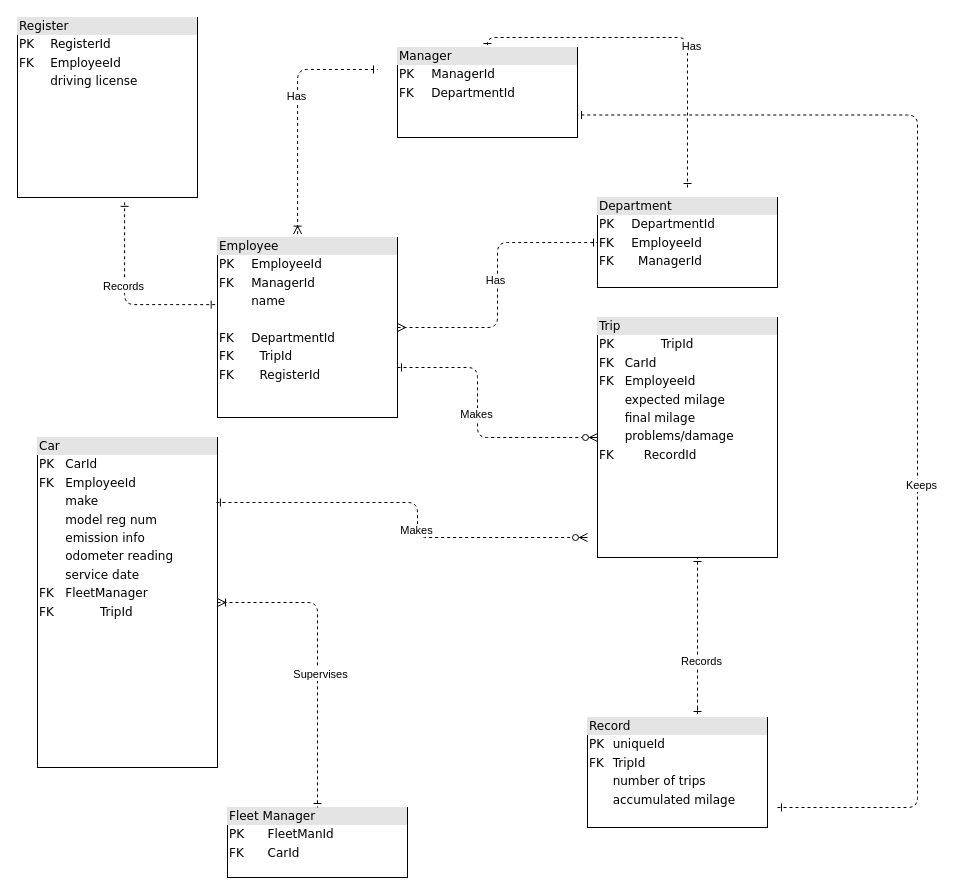
Before: Untitled Diagram.drawio in InesCortina/git-demo, a draw.io diagram. Source tidied: cells renumbered, new cells numbered last; positions are measured from the earlier drawing's top-left corner, leaving out a move shared by most shapes. Both pictures are drawn from the tidied source at 100%, with x=0, y=0 at pixel (17, 17).
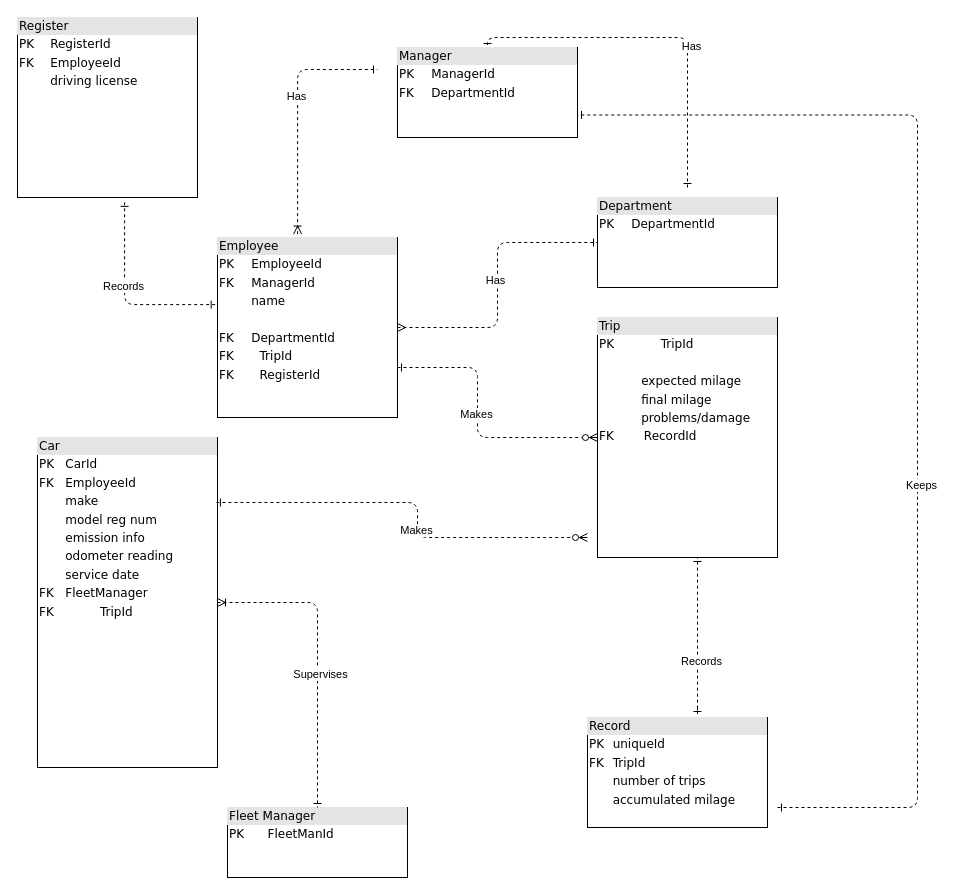
Above is the later version.

The edit, as a diff of the source:
```diff
@@
-    <mxCell id="8" value="&lt;div style=&quot;box-sizing: border-box ; width: 100% ; background: #e4e4e4 ; padding: 2px&quot;&gt;Fleet Manager&lt;/div&gt;&lt;table style=&quot;width: 100% ; font-size: 1em&quot; cellpadding=&quot;2&quot; cellspacing=&quot;0&quot;&gt;&lt;tbody&gt;&lt;tr&gt;&lt;td&gt;PK&lt;/td&gt;&lt;td&gt;FleetManId&lt;/td&gt;&lt;/tr&gt;&lt;tr&gt;&lt;td&gt;FK&lt;/td&gt;&lt;td&gt;CarId&lt;/td&gt;&lt;/tr&gt;&lt;/tbody&gt;&lt;/table&gt;" style="verticalAlign=top;align=left;overflow=fill;html=1;rounded=0;shadow=0;comic=0;labelBackgroundColor=none;strokeWidth=1;fontFamily=Verdana;fontSize=12;" parent="1" vertex="1">
+    <mxCell id="8" value="&lt;div style=&quot;box-sizing: border-box ; width: 100% ; background: #e4e4e4 ; padding: 2px&quot;&gt;Fleet Manager&lt;/div&gt;&lt;table style=&quot;width: 100% ; font-size: 1em&quot; cellpadding=&quot;2&quot; cellspacing=&quot;0&quot;&gt;&lt;tbody&gt;&lt;tr&gt;&lt;td&gt;PK&lt;/td&gt;&lt;td&gt;FleetManId&lt;/td&gt;&lt;/tr&gt;&lt;tr&gt;&lt;td&gt;&lt;br&gt;&lt;/td&gt;&lt;td&gt;&lt;br&gt;&lt;/td&gt;&lt;/tr&gt;&lt;/tbody&gt;&lt;/table&gt;" style="verticalAlign=top;align=left;overflow=fill;html=1;rounded=0;shadow=0;comic=0;labelBackgroundColor=none;strokeWidth=1;fontFamily=Verdana;fontSize=12;" parent="1" vertex="1">
       <mxGeometry x="210" y="790" width="180" height="70" as="geometry" />
     </mxCell>
@@
-    <mxCell id="15" value="&lt;div style=&quot;box-sizing: border-box ; width: 100% ; background: #e4e4e4 ; padding: 2px&quot;&gt;Trip&lt;/div&gt;&lt;table style=&quot;border-color: var(--border-color); font-size: 1em; width: 180px;&quot; cellpadding=&quot;2&quot; cellspacing=&quot;0&quot;&gt;&lt;tbody style=&quot;border-color: var(--border-color);&quot;&gt;&lt;tr style=&quot;border-color: var(--border-color);&quot;&gt;&lt;td style=&quot;border-color: var(--border-color);&quot;&gt;PK&lt;/td&gt;&lt;td style=&quot;border-color: var(--border-color);&quot;&gt;TripId&lt;/td&gt;&lt;/tr&gt;&lt;/tbody&gt;&lt;/table&gt;&lt;table style=&quot;width: 100% ; font-size: 1em&quot; cellpadding=&quot;2&quot; cellspacing=&quot;0&quot;&gt;&lt;tbody&gt;&lt;tr&gt;&lt;td&gt;FK&lt;/td&gt;&lt;td&gt;CarId&lt;/td&gt;&lt;/tr&gt;&lt;tr&gt;&lt;td&gt;FK&lt;/td&gt;&lt;td&gt;EmployeeId&lt;br&gt;&lt;/td&gt;&lt;/tr&gt;&lt;tr&gt;&lt;td&gt;&lt;br&gt;&lt;/td&gt;&lt;td&gt;expected milage&lt;/td&gt;&lt;/tr&gt;&lt;tr&gt;&lt;td&gt;&lt;br&gt;&lt;/td&gt;&lt;td&gt;final milage&lt;br&gt;&lt;/td&gt;&lt;/tr&gt;&lt;tr&gt;&lt;td&gt;&lt;br&gt;&lt;/td&gt;&lt;td&gt;problems/damage&lt;/td&gt;&lt;/tr&gt;&lt;/tbody&gt;&lt;/table&gt;&lt;table style=&quot;border-color: var(--border-color); font-size: 1em; width: 180px;&quot; cellpadding=&quot;2&quot; cellspacing=&quot;0&quot;&gt;&lt;tbody style=&quot;border-color: var(--border-color);&quot;&gt;&lt;tr style=&quot;border-color: var(--border-color);&quot;&gt;&lt;td style=&quot;border-color: var(--border-color);&quot;&gt;FK&lt;/td&gt;&lt;td style=&quot;border-color: var(--border-color);&quot;&gt;RecordId&lt;/td&gt;&lt;/tr&gt;&lt;/tbody&gt;&lt;/table&gt;" style="verticalAlign=top;align=left;overflow=fill;html=1;rounded=0;shadow=0;comic=0;labelBackgroundColor=none;strokeWidth=1;fontFamily=Verdana;fontSize=12;" parent="1" vertex="1">
+    <mxCell id="15" value="&lt;div style=&quot;box-sizing: border-box ; width: 100% ; background: #e4e4e4 ; padding: 2px&quot;&gt;Trip&lt;/div&gt;&lt;table style=&quot;border-color: var(--border-color); font-size: 1em; width: 180px;&quot; cellpadding=&quot;2&quot; cellspacing=&quot;0&quot;&gt;&lt;tbody style=&quot;border-color: var(--border-color);&quot;&gt;&lt;tr style=&quot;border-color: var(--border-color);&quot;&gt;&lt;td style=&quot;border-color: var(--border-color);&quot;&gt;PK&lt;/td&gt;&lt;td style=&quot;border-color: var(--border-color);&quot;&gt;TripId&lt;/td&gt;&lt;/tr&gt;&lt;/tbody&gt;&lt;/table&gt;&lt;table style=&quot;width: 100% ; font-size: 1em&quot; cellpadding=&quot;2&quot; cellspacing=&quot;0&quot;&gt;&lt;tbody&gt;&lt;tr&gt;&lt;td&gt;&amp;nbsp; &amp;nbsp; &amp;nbsp; &amp;nbsp;&amp;nbsp;&lt;/td&gt;&lt;td&gt;&lt;/td&gt;&lt;/tr&gt;&lt;tr&gt;&lt;td&gt;&lt;br&gt;&lt;/td&gt;&lt;td&gt;expected milage&lt;/td&gt;&lt;/tr&gt;&lt;tr&gt;&lt;td&gt;&lt;br&gt;&lt;/td&gt;&lt;td&gt;final milage&lt;br&gt;&lt;/td&gt;&lt;/tr&gt;&lt;tr&gt;&lt;td&gt;&lt;br&gt;&lt;/td&gt;&lt;td&gt;problems/damage&lt;/td&gt;&lt;/tr&gt;&lt;/tbody&gt;&lt;/table&gt;&lt;table style=&quot;border-color: var(--border-color); font-size: 1em; width: 180px;&quot; cellpadding=&quot;2&quot; cellspacing=&quot;0&quot;&gt;&lt;tbody style=&quot;border-color: var(--border-color);&quot;&gt;&lt;tr style=&quot;border-color: var(--border-color);&quot;&gt;&lt;td style=&quot;border-color: var(--border-color);&quot;&gt;FK&lt;/td&gt;&lt;td style=&quot;border-color: var(--border-color);&quot;&gt;RecordId&lt;/td&gt;&lt;/tr&gt;&lt;/tbody&gt;&lt;/table&gt;" style="verticalAlign=top;align=left;overflow=fill;html=1;rounded=0;shadow=0;comic=0;labelBackgroundColor=none;strokeWidth=1;fontFamily=Verdana;fontSize=12;" parent="1" vertex="1">
       <mxGeometry x="580" y="300" width="180" height="240" as="geometry" />
     </mxCell>
-    <mxCell id="16" value="&lt;div style=&quot;box-sizing:border-box;width:100%;background:#e4e4e4;padding:2px;&quot;&gt;Department&lt;br&gt;&lt;/div&gt;&lt;table style=&quot;border-color: var(--border-color); font-size: 1em; width: 180px;&quot; cellpadding=&quot;2&quot; cellspacing=&quot;0&quot;&gt;&lt;tbody style=&quot;border-color: var(--border-color);&quot;&gt;&lt;tr style=&quot;border-color: var(--border-color);&quot;&gt;&lt;td style=&quot;border-color: var(--border-color);&quot;&gt;PK&lt;/td&gt;&lt;td style=&quot;border-color: var(--border-color);&quot;&gt;DepartmentId&lt;/td&gt;&lt;/tr&gt;&lt;tr style=&quot;border-color: var(--border-color);&quot;&gt;&lt;td style=&quot;border-color: var(--border-color);&quot;&gt;FK&lt;/td&gt;&lt;td style=&quot;border-color: var(--border-color);&quot;&gt;EmployeeId&lt;/td&gt;&lt;/tr&gt;&lt;/tbody&gt;&lt;/table&gt;&lt;table style=&quot;width:100%;font-size:1em;&quot; cellpadding=&quot;2&quot; cellspacing=&quot;0&quot;&gt;&lt;tbody&gt;&lt;tr&gt;&lt;td&gt;FK&lt;/td&gt;&lt;td&gt;ManagerId&lt;/td&gt;&lt;/tr&gt;&lt;tr&gt;&lt;td&gt;&lt;/td&gt;&lt;td&gt;&lt;br&gt;&lt;/td&gt;&lt;/tr&gt;&lt;/tbody&gt;&lt;/table&gt;" style="verticalAlign=top;align=left;overflow=fill;html=1;rounded=0;shadow=0;comic=0;labelBackgroundColor=none;strokeWidth=1;fontFamily=Verdana;fontSize=12;" parent="1" vertex="1">
+    <mxCell id="16" value="&lt;div style=&quot;box-sizing:border-box;width:100%;background:#e4e4e4;padding:2px;&quot;&gt;Department&lt;br&gt;&lt;/div&gt;&lt;table style=&quot;border-color: var(--border-color); font-size: 1em; width: 180px;&quot; cellpadding=&quot;2&quot; cellspacing=&quot;0&quot;&gt;&lt;tbody style=&quot;border-color: var(--border-color);&quot;&gt;&lt;tr style=&quot;border-color: var(--border-color);&quot;&gt;&lt;td style=&quot;border-color: var(--border-color);&quot;&gt;PK&lt;/td&gt;&lt;td style=&quot;border-color: var(--border-color);&quot;&gt;DepartmentId&lt;/td&gt;&lt;/tr&gt;&lt;tr style=&quot;border-color: var(--border-color);&quot;&gt;&lt;td style=&quot;border-color: var(--border-color);&quot;&gt;&lt;br&gt;&lt;/td&gt;&lt;td style=&quot;border-color: var(--border-color);&quot;&gt;&lt;br&gt;&lt;/td&gt;&lt;/tr&gt;&lt;/tbody&gt;&lt;/table&gt;&lt;table style=&quot;width:100%;font-size:1em;&quot; cellpadding=&quot;2&quot; cellspacing=&quot;0&quot;&gt;&lt;tbody&gt;&lt;tr&gt;&lt;td&gt;&lt;/td&gt;&lt;td&gt;&lt;br&gt;&lt;/td&gt;&lt;/tr&gt;&lt;/tbody&gt;&lt;/table&gt;" style="verticalAlign=top;align=left;overflow=fill;html=1;rounded=0;shadow=0;comic=0;labelBackgroundColor=none;strokeWidth=1;fontFamily=Verdana;fontSize=12;" parent="1" vertex="1">
       <mxGeometry x="580" y="180" width="180" height="90" as="geometry" />
     </mxCell>
```
